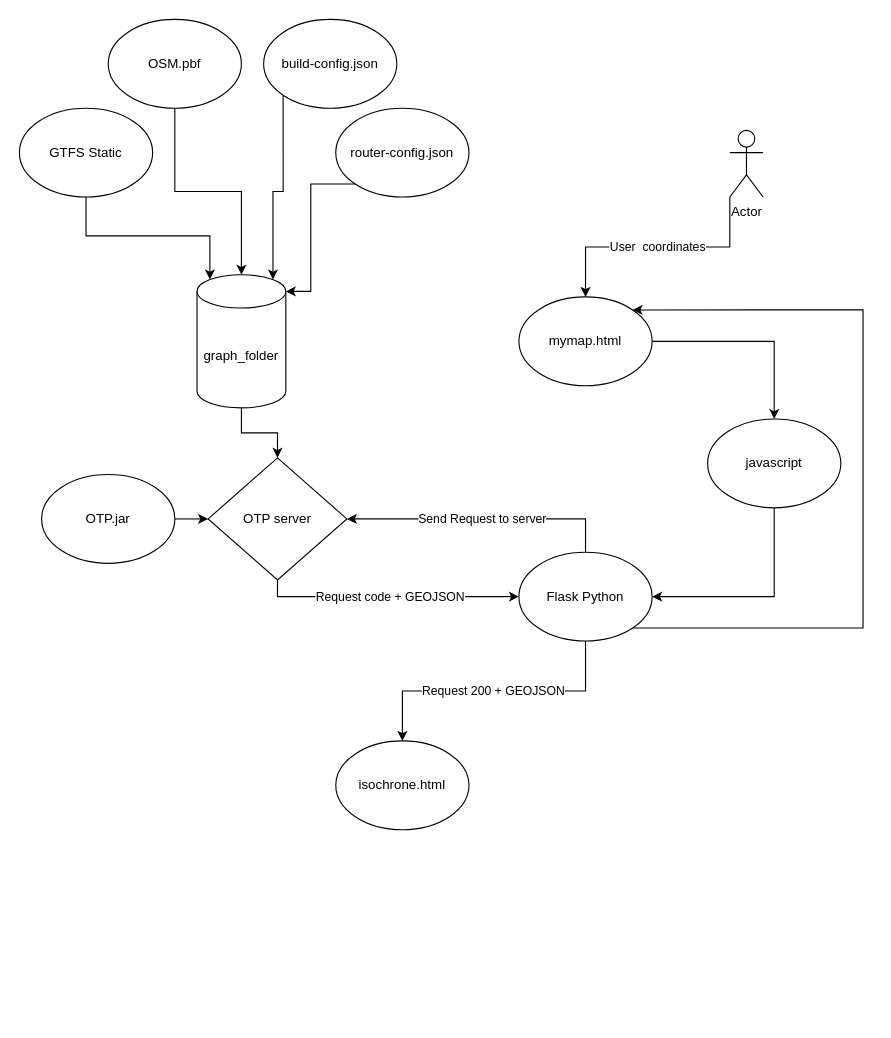
The draw.io diagram Untitled Diagram.drawio in PJPDQ/Engineering-Workflows, before the edit. Source tidied: cells renumbered, new cells numbered last; positions are measured from the earlier drawing's top-left corner, leaving out a move shared by most shapes. Both pictures are drawn from the tidied source at 111%, with x=0, y=0 at pixel (19, 19).
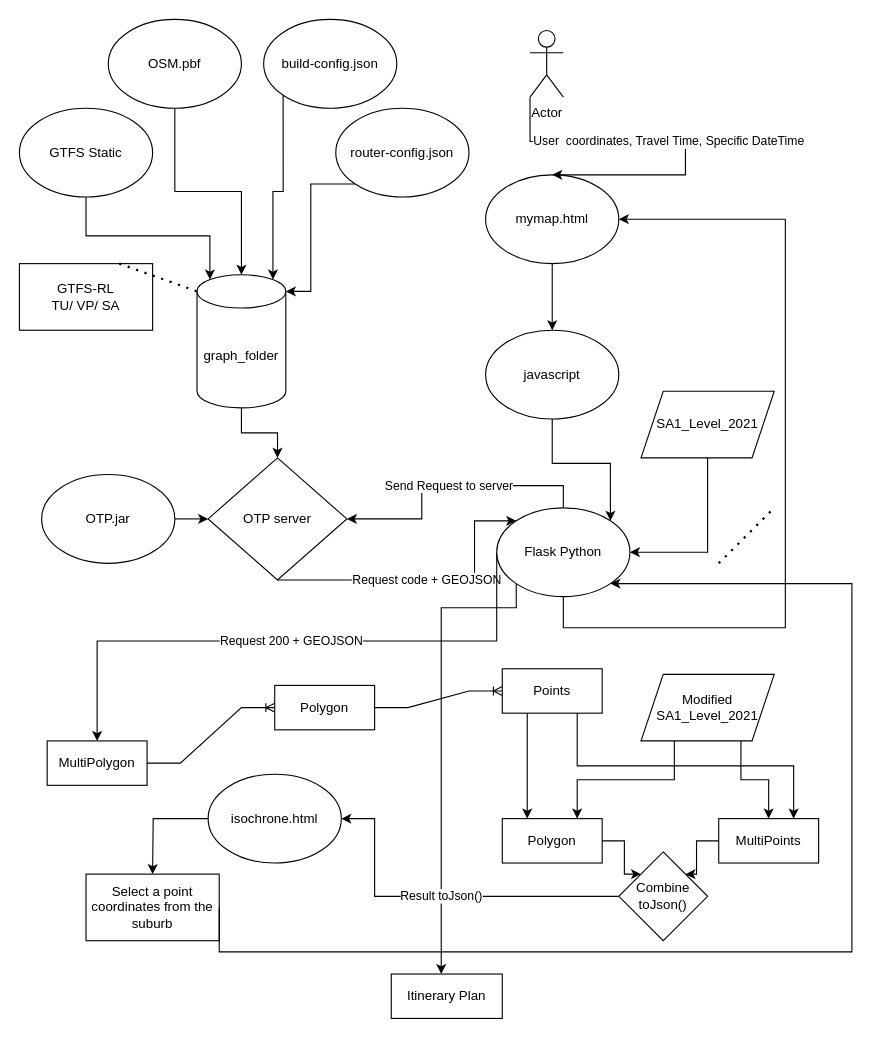
After the change.

The change refers to these unchanged cells:
```xml
<mxCell id="5" value="graph_folder" style="shape=cylinder3;whiteSpace=wrap;html=1;boundedLbl=1;backgroundOutline=1;size=15;" parent="1" vertex="1">
  <mxGeometry x="160" y="230" width="80" height="120" as="geometry" />
</mxCell>
<mxCell id="11" value="OTP server" style="rhombus;whiteSpace=wrap;html=1;" parent="1" vertex="1">
  <mxGeometry x="170" y="395" width="125" height="110" as="geometry" />
</mxCell>
```

What changed in the source:
```diff
@@
-    <mxCell id="10" value="Request code + GEOJSON" style="edgeStyle=orthogonalEdgeStyle;rounded=0;jettySize=auto;html=1;exitX=0.5;exitY=1;exitDx=0;exitDy=0;entryX=0;entryY=0.5;entryDx=0;entryDy=0;" parent="1" edge="1" source="11" target="25">
+    <mxCell id="10" value="Request code + GEOJSON" style="edgeStyle=orthogonalEdgeStyle;rounded=0;jettySize=auto;html=1;exitX=0.5;exitY=1;exitDx=0;exitDy=0;entryX=0;entryY=0;entryDx=0;entryDy=0;" parent="1" edge="1" source="11" target="25">
       <mxGeometry relative="1" as="geometry">
         <Array as="points">
-          <mxPoint x="233" y="520" />
+          <mxPoint x="410" y="505" />
+          <mxPoint x="410" y="452" />
         </Array>
       </mxGeometry>
     </mxCell>
@@
-    <mxCell id="16" style="edgeStyle=orthogonalEdgeStyle;rounded=0;jettySize=auto;html=1;exitX=1;exitY=0.5;exitDx=0;exitDy=0;entryX=0.5;entryY=0;entryDx=0;entryDy=0;" parent="1" edge="1" source="17" target="19">
+    <mxCell id="16" style="edgeStyle=orthogonalEdgeStyle;rounded=0;jettySize=auto;html=1;exitX=0.5;exitY=1;exitDx=0;exitDy=0;" parent="1" edge="1" source="17" target="19">
       <mxGeometry relative="1" as="geometry" />
     </mxCell>
     <mxCell id="17" value="mymap.html" style="ellipse;whiteSpace=wrap;html=1;" parent="1" vertex="1">
-      <mxGeometry x="450" y="250" width="120" height="80" as="geometry" />
+      <mxGeometry x="420" y="140" width="120" height="80" as="geometry" />
     </mxCell>
-    <mxCell id="18" style="edgeStyle=orthogonalEdgeStyle;rounded=0;jettySize=auto;html=1;exitX=0.5;exitY=1;exitDx=0;exitDy=0;entryX=1;entryY=0.5;entryDx=0;entryDy=0;" parent="1" edge="1" source="19" target="25">
+    <mxCell id="18" style="edgeStyle=orthogonalEdgeStyle;rounded=0;jettySize=auto;html=1;exitX=0.5;exitY=1;exitDx=0;exitDy=0;entryX=1;entryY=0;entryDx=0;entryDy=0;" parent="1" edge="1" source="19" target="25">
       <mxGeometry relative="1" as="geometry" />
     </mxCell>
     <mxCell id="19" value="javascript" style="ellipse;whiteSpace=wrap;html=1;" parent="1" vertex="1">
-      <mxGeometry x="620" y="360" width="120" height="80" as="geometry" />
+      <mxGeometry x="420" y="280" width="120" height="80" as="geometry" />
     </mxCell>
-    <mxCell id="20" value="User&amp;nbsp; coordinates" style="edgeStyle=orthogonalEdgeStyle;rounded=0;jettySize=auto;html=1;exitX=0;exitY=1;exitDx=0;exitDy=0;exitPerimeter=0;entryX=0.5;entryY=0;entryDx=0;entryDy=0;" parent="1" edge="1" source="21" target="17">
-      <mxGeometry relative="1" as="geometry" />
+    <mxCell id="20" value="User&amp;nbsp; coordinates, Travel Time, Specific DateTime" style="edgeStyle=orthogonalEdgeStyle;rounded=0;jettySize=auto;html=1;exitX=0;exitY=1;exitDx=0;exitDy=0;exitPerimeter=0;entryX=0.5;entryY=0;entryDx=0;entryDy=0;" parent="1" edge="1" source="21" target="17">
+      <mxGeometry relative="1" as="geometry">
+        <Array as="points">
+          <mxPoint x="460" y="110" />
+          <mxPoint x="600" y="110" />
+          <mxPoint x="600" y="140" />
+        </Array>
+      </mxGeometry>
     </mxCell>
     <mxCell id="21" value="Actor" style="shape=umlActor;verticalLabelPosition=bottom;verticalAlign=top;html=1;outlineConnect=0;" parent="1" vertex="1">
-      <mxGeometry x="640" y="100" width="30" height="60" as="geometry" />
+      <mxGeometry x="460" y="10" width="30" height="60" as="geometry" />
     </mxCell>
@@
-    <mxCell id="23" value="Request 200 + GEOJSON" style="edgeStyle=orthogonalEdgeStyle;rounded=0;jettySize=auto;html=1;exitX=0.5;exitY=1;exitDx=0;exitDy=0;entryX=0.5;entryY=0;entryDx=0;entryDy=0;" parent="1" edge="1" source="25" target="26">
-      <mxGeometry relative="1" as="geometry" />
+    <mxCell id="23" value="Request 200 + GEOJSON" style="edgeStyle=orthogonalEdgeStyle;rounded=0;jettySize=auto;html=1;exitX=0;exitY=0.5;exitDx=0;exitDy=0;entryX=0.5;entryY=0;entryDx=0;entryDy=0;" parent="1" edge="1" source="25" target="30">
+      <mxGeometry relative="1" as="geometry">
+        <Array as="points">
+          <mxPoint x="430" y="560" />
+          <mxPoint x="70" y="560" />
+        </Array>
+      </mxGeometry>
     </mxCell>
-    <mxCell id="24" style="edgeStyle=orthogonalEdgeStyle;rounded=0;jettySize=auto;html=1;exitX=1;exitY=1;exitDx=0;exitDy=0;entryX=1;entryY=0;entryDx=0;entryDy=0;" parent="1" edge="1" source="25" target="17">
+    <mxCell id="24" style="edgeStyle=orthogonalEdgeStyle;rounded=0;jettySize=auto;html=1;exitX=0.5;exitY=1;exitDx=0;exitDy=0;entryX=1;entryY=0.5;entryDx=0;entryDy=0;" parent="1" edge="1" source="25" target="17">
       <mxGeometry relative="1" as="geometry">
         <Array as="points">
-          <mxPoint x="760" y="549" />
-          <mxPoint x="760" y="261" />
+          <mxPoint x="490" y="548" />
+          <mxPoint x="690" y="548" />
+          <mxPoint x="690" y="180" />
         </Array>
       </mxGeometry>
     </mxCell>
+    <mxCell id="27" style="edgeStyle=orthogonalEdgeStyle;rounded=0;jettySize=auto;html=1;exitX=0;exitY=1;exitDx=0;exitDy=0;" parent="1" edge="1" source="25">
+      <mxGeometry relative="1" as="geometry">
+        <mxPoint x="380" y="860" as="targetPoint" />
+        <Array as="points">
+          <mxPoint x="448" y="530" />
+          <mxPoint x="380" y="530" />
+        </Array>
+      </mxGeometry>
+    </mxCell>
     <mxCell id="25" value="Flask Python" style="ellipse;whiteSpace=wrap;html=1;" parent="1" vertex="1">
-      <mxGeometry x="450" y="480" width="120" height="80" as="geometry" />
+      <mxGeometry x="430" y="440" width="120" height="80" as="geometry" />
     </mxCell>
+    <mxCell id="28" style="edgeStyle=orthogonalEdgeStyle;rounded=0;jettySize=auto;html=1;exitX=0.5;exitY=1;exitDx=0;exitDy=0;entryX=1;entryY=0.5;entryDx=0;entryDy=0;" parent="1" edge="1" source="29" target="25">
+      <mxGeometry relative="1" as="geometry" />
+    </mxCell>
+    <mxCell id="29" value="SA1_Level_2021" style="shape=parallelogram;perimeter=parallelogramPerimeter;whiteSpace=wrap;html=1;fixedSize=1;" parent="1" vertex="1">
+      <mxGeometry x="560" y="335" width="120" height="60" as="geometry" />
+    </mxCell>
+    <mxCell id="30" value="MultiPolygon" style="rounded=0;whiteSpace=wrap;html=1;" parent="1" vertex="1">
+      <mxGeometry x="25" y="650" width="90" height="40" as="geometry" />
+    </mxCell>
+    <mxCell id="31" style="edgeStyle=entityRelationEdgeStyle;fontSize=12;html=1;endArrow=ERoneToMany;rounded=0;" parent="1" edge="1">
+      <mxGeometry relative="1" as="geometry">
+        <mxPoint x="115" y="670" as="sourcePoint" />
+        <mxPoint x="230" y="620" as="targetPoint" />
+      </mxGeometry>
+    </mxCell>
+    <mxCell id="32" value="Polygon" style="rounded=0;whiteSpace=wrap;html=1;" parent="1" vertex="1">
+      <mxGeometry x="230" y="600" width="90" height="40" as="geometry" />
+    </mxCell>
+    <mxCell id="33" style="edgeStyle=entityRelationEdgeStyle;fontSize=12;html=1;endArrow=ERoneToMany;rounded=0;exitX=1;exitY=0.5;exitDx=0;exitDy=0;" parent="1" edge="1" source="32">
+      <mxGeometry relative="1" as="geometry">
+        <mxPoint x="435" y="605" as="targetPoint" />
+      </mxGeometry>
+    </mxCell>
+    <mxCell id="34" style="edgeStyle=orthogonalEdgeStyle;rounded=0;jettySize=auto;html=1;exitX=0.25;exitY=1;exitDx=0;exitDy=0;entryX=0.25;entryY=0;entryDx=0;entryDy=0;" parent="1" edge="1" source="36" target="41">
+      <mxGeometry relative="1" as="geometry" />
+    </mxCell>
+    <mxCell id="35" style="edgeStyle=orthogonalEdgeStyle;rounded=0;jettySize=auto;html=1;exitX=0.75;exitY=1;exitDx=0;exitDy=0;entryX=0.75;entryY=0;entryDx=0;entryDy=0;" parent="1" edge="1" source="36" target="43">
+      <mxGeometry relative="1" as="geometry" />
+    </mxCell>
+    <mxCell id="36" value="Points" style="rounded=0;whiteSpace=wrap;html=1;" parent="1" vertex="1">
+      <mxGeometry x="435" y="585" width="90" height="40" as="geometry" />
+    </mxCell>
+    <mxCell id="37" style="edgeStyle=orthogonalEdgeStyle;rounded=0;jettySize=auto;html=1;exitX=0.25;exitY=1;exitDx=0;exitDy=0;entryX=0.75;entryY=0;entryDx=0;entryDy=0;" parent="1" edge="1" source="39" target="41">
+      <mxGeometry relative="1" as="geometry" />
+    </mxCell>
+    <mxCell id="38" style="edgeStyle=orthogonalEdgeStyle;rounded=0;jettySize=auto;html=1;exitX=0.75;exitY=1;exitDx=0;exitDy=0;entryX=0.5;entryY=0;entryDx=0;entryDy=0;" parent="1" edge="1" source="39" target="43">
+      <mxGeometry relative="1" as="geometry" />
+    </mxCell>
+    <mxCell id="39" value="Modified&lt;br&gt;SA1_Level_2021" style="shape=parallelogram;perimeter=parallelogramPerimeter;whiteSpace=wrap;html=1;fixedSize=1;" parent="1" vertex="1">
+      <mxGeometry x="560" y="590" width="120" height="60" as="geometry" />
+    </mxCell>
+    <mxCell id="40" style="edgeStyle=orthogonalEdgeStyle;rounded=0;jettySize=auto;html=1;exitX=1;exitY=0.5;exitDx=0;exitDy=0;entryX=0;entryY=0;entryDx=0;entryDy=0;" parent="1" edge="1" source="41" target="45">
+      <mxGeometry relative="1" as="geometry" />
+    </mxCell>
+    <mxCell id="41" value="Polygon" style="rounded=0;whiteSpace=wrap;html=1;" parent="1" vertex="1">
+      <mxGeometry x="435" y="720" width="90" height="40" as="geometry" />
+    </mxCell>
+    <mxCell id="42" style="edgeStyle=orthogonalEdgeStyle;rounded=0;jettySize=auto;html=1;exitX=0;exitY=0.5;exitDx=0;exitDy=0;entryX=1;entryY=0;entryDx=0;entryDy=0;" parent="1" edge="1" source="43" target="45">
+      <mxGeometry relative="1" as="geometry" />
+    </mxCell>
+    <mxCell id="43" value="MultiPoints" style="rounded=0;whiteSpace=wrap;html=1;" parent="1" vertex="1">
+      <mxGeometry x="630" y="720" width="90" height="40" as="geometry" />
+    </mxCell>
+    <mxCell id="44" value="Result toJson()" style="edgeStyle=orthogonalEdgeStyle;rounded=0;jettySize=auto;html=1;exitX=0;exitY=0.5;exitDx=0;exitDy=0;entryX=1;entryY=0.5;entryDx=0;entryDy=0;" parent="1" edge="1" source="45" target="26">
+      <mxGeometry relative="1" as="geometry">
+        <Array as="points">
+          <mxPoint x="320" y="790" />
+          <mxPoint x="320" y="720" />
+        </Array>
+      </mxGeometry>
+    </mxCell>
+    <mxCell id="45" value="Combine toJson()" style="rhombus;whiteSpace=wrap;html=1;" parent="1" vertex="1">
+      <mxGeometry x="540" y="750" width="80" height="80" as="geometry" />
+    </mxCell>
+    <mxCell id="46" style="edgeStyle=orthogonalEdgeStyle;rounded=0;jettySize=auto;html=1;exitX=0;exitY=0.5;exitDx=0;exitDy=0;entryX=1;entryY=0;entryDx=0;entryDy=0;" parent="1" edge="1" source="26">
+      <mxGeometry relative="1" as="geometry">
+        <mxPoint x="120" y="770" as="targetPoint" />
+      </mxGeometry>
+    </mxCell>
     <mxCell id="26" value="isochrone.html" style="ellipse;whiteSpace=wrap;html=1;" parent="1" vertex="1">
-      <mxGeometry x="285" y="650" width="120" height="80" as="geometry" />
+      <mxGeometry x="170" y="680" width="120" height="80" as="geometry" />
     </mxCell>
+    <mxCell id="47" value="Select a point coordinates from the suburb" style="rounded=0;whiteSpace=wrap;html=1;" parent="1" vertex="1">
+      <mxGeometry x="60" y="770" width="120" height="60" as="geometry" />
+    </mxCell>
+    <mxCell id="48" style="edgeStyle=orthogonalEdgeStyle;rounded=0;jettySize=auto;html=1;exitX=1;exitY=0.5;exitDx=0;exitDy=0;entryX=1;entryY=1;entryDx=0;entryDy=0;" parent="1" edge="1" source="47" target="25">
+      <mxGeometry relative="1" as="geometry">
+        <Array as="points">
+          <mxPoint x="180" y="840" />
+          <mxPoint x="750" y="840" />
+          <mxPoint x="750" y="508" />
+        </Array>
+      </mxGeometry>
+    </mxCell>
+    <mxCell id="49" value="Itinerary Plan" style="rounded=0;whiteSpace=wrap;html=1;" parent="1" vertex="1">
+      <mxGeometry x="335" y="860" width="100" height="40" as="geometry" />
+    </mxCell>
+    <mxCell id="50" value="GTFS-RL&lt;br&gt;TU/ VP/ SA" style="rounded=0;whiteSpace=wrap;html=1;" parent="1" vertex="1">
+      <mxGeometry y="220" width="120" height="60" as="geometry" />
+    </mxCell>
+    <mxCell id="51" style="endArrow=none;dashed=1;html=1;dashPattern=1 3;strokeWidth=2;rounded=0;" parent="1" edge="1">
+      <mxGeometry relative="1" as="geometry">
+        <mxPoint x="630" y="490" as="sourcePoint" />
+        <mxPoint x="680" y="440" as="targetPoint" />
+      </mxGeometry>
+    </mxCell>
+    <mxCell id="52" style="endArrow=none;dashed=1;html=1;dashPattern=1 3;strokeWidth=2;rounded=0;entryX=0;entryY=0;entryDx=0;entryDy=15;entryPerimeter=0;exitX=0.75;exitY=0;exitDx=0;exitDy=0;" parent="1" edge="1" source="50" target="5">
+      <mxGeometry relative="1" as="geometry" />
+    </mxCell>
```
